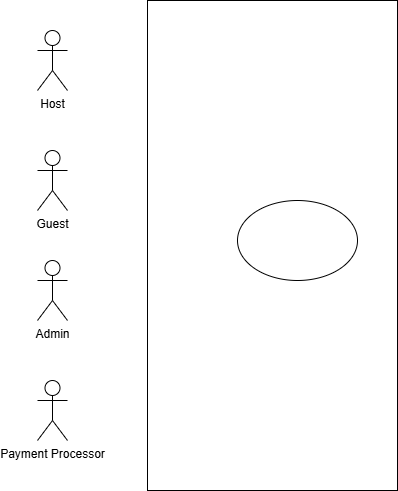
This is use-case.png from DaviesBrown/agent-zero-demo, a draw.io export, as it was before one commit. Source tidied: cells renumbered, new cells last; positions are measured from the earlier drawing's top-left corner, leaving out a move shared by most shapes. Source of this version:
```xml
<mxGraphModel>
  <root>
    <mxCell id="0" />
    <mxCell id="1" parent="0" />
    <mxCell id="2" style="rounded=0;whiteSpace=wrap;html=1;" parent="1" vertex="1">
      <mxGeometry x="110" width="250" height="490" as="geometry" />
    </mxCell>
    <mxCell id="3" value="Host" style="shape=umlActor;verticalLabelPosition=bottom;verticalAlign=top;html=1;outlineConnect=0;" parent="1" vertex="1">
      <mxGeometry y="30" width="30" height="60" as="geometry" />
    </mxCell>
    <mxCell id="4" value="Guest" style="shape=umlActor;verticalLabelPosition=bottom;verticalAlign=top;html=1;outlineConnect=0;" parent="1" vertex="1">
      <mxGeometry y="150" width="30" height="60" as="geometry" />
    </mxCell>
    <mxCell id="5" value="Admin" style="shape=umlActor;verticalLabelPosition=bottom;verticalAlign=top;html=1;outlineConnect=0;" parent="1" vertex="1">
      <mxGeometry y="260" width="30" height="60" as="geometry" />
    </mxCell>
    <mxCell id="6" value="Payment Processor" style="shape=umlActor;verticalLabelPosition=bottom;verticalAlign=top;html=1;" parent="1" vertex="1">
      <mxGeometry y="380" width="30" height="60" as="geometry" />
    </mxCell>
    <mxCell id="7" style="ellipse;whiteSpace=wrap;html=1;" parent="1" vertex="1">
      <mxGeometry x="200" y="200" width="120" height="80" as="geometry" />
    </mxCell>
  </root>
</mxGraphModel>
```
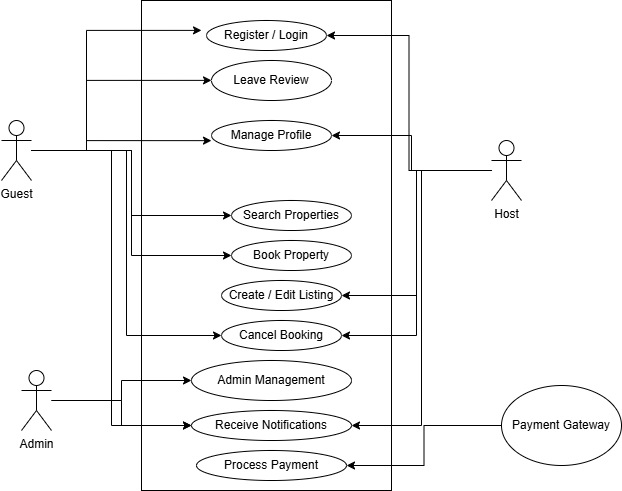
The same diagram one commit later.

What changed in the source:
```diff
@@ -5,20 +5,92 @@
     <mxCell id="2" style="rounded=0;whiteSpace=wrap;html=1;" parent="1" vertex="1">
       <mxGeometry x="110" width="250" height="490" as="geometry" />
     </mxCell>
+    <mxCell id="8" style="edgeStyle=orthogonalEdgeStyle;rounded=0;jettySize=auto;html=1;entryX=0;entryY=0.5;entryDx=0;entryDy=0;" parent="1" edge="1" source="3" target="21">
+      <mxGeometry relative="1" as="geometry" />
+    </mxCell>
+    <mxCell id="9" style="edgeStyle=orthogonalEdgeStyle;rounded=0;jettySize=auto;html=1;entryX=0;entryY=0.5;entryDx=0;entryDy=0;" parent="1" edge="1" source="3" target="23">
+      <mxGeometry relative="1" as="geometry" />
+    </mxCell>
+    <mxCell id="10" style="edgeStyle=orthogonalEdgeStyle;rounded=0;jettySize=auto;html=1;entryX=0;entryY=0.5;entryDx=0;entryDy=0;" parent="1" edge="1" source="3" target="24">
+      <mxGeometry relative="1" as="geometry" />
+    </mxCell>
+    <mxCell id="11" style="edgeStyle=orthogonalEdgeStyle;rounded=0;jettySize=auto;html=1;entryX=0;entryY=0.5;entryDx=0;entryDy=0;" parent="1" edge="1" source="3" target="26">
+      <mxGeometry relative="1" as="geometry" />
+    </mxCell>
-    <mxCell id="3" value="Host" style="shape=umlActor;verticalLabelPosition=bottom;verticalAlign=top;html=1;outlineConnect=0;" parent="1" vertex="1">
-      <mxGeometry y="30" width="30" height="60" as="geometry" />
+    <mxCell id="3" value="Guest" style="shape=umlActor;verticalLabelPosition=bottom;verticalAlign=top;html=1;outlineConnect=0;" parent="1" vertex="1">
+      <mxGeometry x="-30" y="120" width="30" height="60" as="geometry" />
     </mxCell>
+    <mxCell id="12" style="edgeStyle=orthogonalEdgeStyle;rounded=0;jettySize=auto;html=1;entryX=1;entryY=0.5;entryDx=0;entryDy=0;" parent="1" edge="1" source="4" target="22">
+      <mxGeometry relative="1" as="geometry" />
+    </mxCell>
+    <mxCell id="13" style="edgeStyle=orthogonalEdgeStyle;rounded=0;jettySize=auto;html=1;entryX=1;entryY=0.5;entryDx=0;entryDy=0;" parent="1" edge="1" source="4" target="24">
+      <mxGeometry relative="1" as="geometry" />
+    </mxCell>
+    <mxCell id="14" style="edgeStyle=orthogonalEdgeStyle;rounded=0;jettySize=auto;html=1;entryX=1;entryY=0.5;entryDx=0;entryDy=0;" parent="1" edge="1" source="4" target="20">
+      <mxGeometry relative="1" as="geometry" />
+    </mxCell>
+    <mxCell id="15" style="edgeStyle=orthogonalEdgeStyle;rounded=0;jettySize=auto;html=1;entryX=1;entryY=0.5;entryDx=0;entryDy=0;" parent="1" edge="1" source="4" target="19">
+      <mxGeometry relative="1" as="geometry" />
+    </mxCell>
+    <mxCell id="16" style="edgeStyle=orthogonalEdgeStyle;rounded=0;jettySize=auto;html=1;entryX=1;entryY=0.5;entryDx=0;entryDy=0;" parent="1" edge="1" source="4" target="26">
+      <mxGeometry relative="1" as="geometry" />
+    </mxCell>
-    <mxCell id="4" value="Guest" style="shape=umlActor;verticalLabelPosition=bottom;verticalAlign=top;html=1;outlineConnect=0;" parent="1" vertex="1">
-      <mxGeometry y="150" width="30" height="60" as="geometry" />
+    <mxCell id="4" value="Host" style="shape=umlActor;verticalLabelPosition=bottom;verticalAlign=top;html=1;outlineConnect=0;" parent="1" vertex="1">
+      <mxGeometry x="460" y="140" width="30" height="60" as="geometry" />
     </mxCell>
+    <mxCell id="17" style="edgeStyle=orthogonalEdgeStyle;rounded=0;jettySize=auto;html=1;entryX=0;entryY=0.5;entryDx=0;entryDy=0;" parent="1" edge="1" source="5" target="27">
+      <mxGeometry relative="1" as="geometry" />
+    </mxCell>
+    <mxCell id="18" style="edgeStyle=orthogonalEdgeStyle;rounded=0;jettySize=auto;html=1;entryX=0;entryY=0.5;entryDx=0;entryDy=0;" parent="1" edge="1" source="5" target="26">
+      <mxGeometry relative="1" as="geometry" />
+    </mxCell>
     <mxCell id="5" value="Admin" style="shape=umlActor;verticalLabelPosition=bottom;verticalAlign=top;html=1;outlineConnect=0;" parent="1" vertex="1">
-      <mxGeometry y="260" width="30" height="60" as="geometry" />
+      <mxGeometry x="-10" y="370" width="30" height="60" as="geometry" />
     </mxCell>
-    <mxCell id="6" value="Payment Processor" style="shape=umlActor;verticalLabelPosition=bottom;verticalAlign=top;html=1;" parent="1" vertex="1">
-      <mxGeometry y="380" width="30" height="60" as="geometry" />
-    </mxCell>
-    <mxCell id="7" style="ellipse;whiteSpace=wrap;html=1;" parent="1" vertex="1">
-      <mxGeometry x="200" y="200" width="120" height="80" as="geometry" />
+    <mxCell id="7" value="Process Payment" style="ellipse;whiteSpace=wrap;html=1;" parent="1" vertex="1">
+      <mxGeometry x="165" y="450" width="150" height="30" as="geometry" />
     </mxCell>
+    <mxCell id="19" value="Register / Login" style="ellipse;whiteSpace=wrap;html=1;" parent="1" vertex="1">
+      <mxGeometry x="175" y="20" width="120" height="30" as="geometry" />
+    </mxCell>
+    <mxCell id="20" value="Manage Profile" style="ellipse;whiteSpace=wrap;html=1;" parent="1" vertex="1">
+      <mxGeometry x="180" y="120" width="120" height="30" as="geometry" />
+    </mxCell>
+    <mxCell id="21" value="Search Properties" style="ellipse;whiteSpace=wrap;html=1;" parent="1" vertex="1">
+      <mxGeometry x="200" y="200" width="120" height="30" as="geometry" />
+    </mxCell>
+    <mxCell id="22" value="Create / Edit Listing" style="ellipse;whiteSpace=wrap;html=1;" parent="1" vertex="1">
+      <mxGeometry x="190" y="280" width="120" height="30" as="geometry" />
+    </mxCell>
+    <mxCell id="23" value="Book Property" style="ellipse;whiteSpace=wrap;html=1;" parent="1" vertex="1">
+      <mxGeometry x="200" y="240" width="120" height="30" as="geometry" />
+    </mxCell>
+    <mxCell id="24" value="Cancel Booking" style="ellipse;whiteSpace=wrap;html=1;" parent="1" vertex="1">
+      <mxGeometry x="190" y="320" width="120" height="30" as="geometry" />
+    </mxCell>
+    <mxCell id="25" value="Leave Review" style="ellipse;whiteSpace=wrap;html=1;" parent="1" vertex="1">
+      <mxGeometry x="180" y="60" width="120" height="40" as="geometry" />
+    </mxCell>
+    <mxCell id="26" value="Receive Notifications" style="ellipse;whiteSpace=wrap;html=1;" parent="1" vertex="1">
+      <mxGeometry x="160" y="410" width="160" height="30" as="geometry" />
+    </mxCell>
+    <mxCell id="27" value="Admin Management" style="ellipse;whiteSpace=wrap;html=1;" parent="1" vertex="1">
+      <mxGeometry x="160" y="360" width="160" height="40" as="geometry" />
+    </mxCell>
+    <mxCell id="28" style="edgeStyle=orthogonalEdgeStyle;rounded=0;jettySize=auto;html=1;exitX=0;exitY=0.5;exitDx=0;exitDy=0;entryX=1;entryY=0.5;entryDx=0;entryDy=0;" parent="1" edge="1" source="29" target="7">
+      <mxGeometry relative="1" as="geometry" />
+    </mxCell>
+    <mxCell id="29" value="Payment Gateway" style="ellipse;whiteSpace=wrap;html=1;" parent="1" vertex="1">
+      <mxGeometry x="470" y="385" width="120" height="80" as="geometry" />
+    </mxCell>
+    <mxCell id="30" style="edgeStyle=orthogonalEdgeStyle;rounded=0;jettySize=auto;html=1;entryX=0.24;entryY=0.061;entryDx=0;entryDy=0;entryPerimeter=0;" parent="1" edge="1" source="3" target="2">
+      <mxGeometry relative="1" as="geometry" />
+    </mxCell>
+    <mxCell id="31" style="edgeStyle=orthogonalEdgeStyle;rounded=0;jettySize=auto;html=1;entryX=0.28;entryY=0.163;entryDx=0;entryDy=0;entryPerimeter=0;" parent="1" edge="1" source="3" target="2">
+      <mxGeometry relative="1" as="geometry" />
+    </mxCell>
+    <mxCell id="32" style="edgeStyle=orthogonalEdgeStyle;rounded=0;jettySize=auto;html=1;entryX=0.28;entryY=0.286;entryDx=0;entryDy=0;entryPerimeter=0;" parent="1" edge="1" source="3" target="2">
+      <mxGeometry relative="1" as="geometry" />
+    </mxCell>
   </root>
 </mxGraphModel>
```
